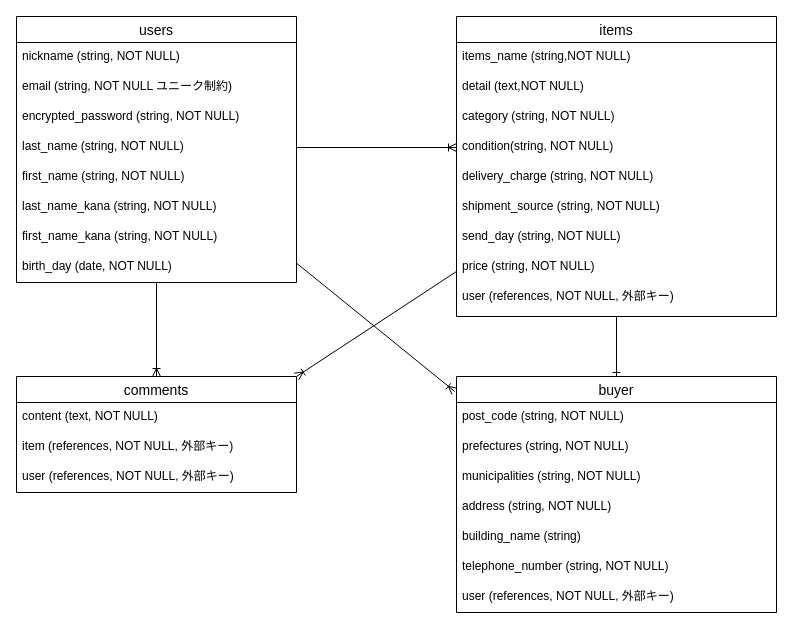
This is furima_36259.dio from sskyug/furima-36259, a draw.io file, before an edit. Source tidied: cells renumbered, new cells numbered last; positions are measured from the earlier drawing's top-left corner, leaving out a move shared by most shapes. Both pictures are drawn from the tidied source at 100%, with x=0, y=0 at pixel (16, 16).
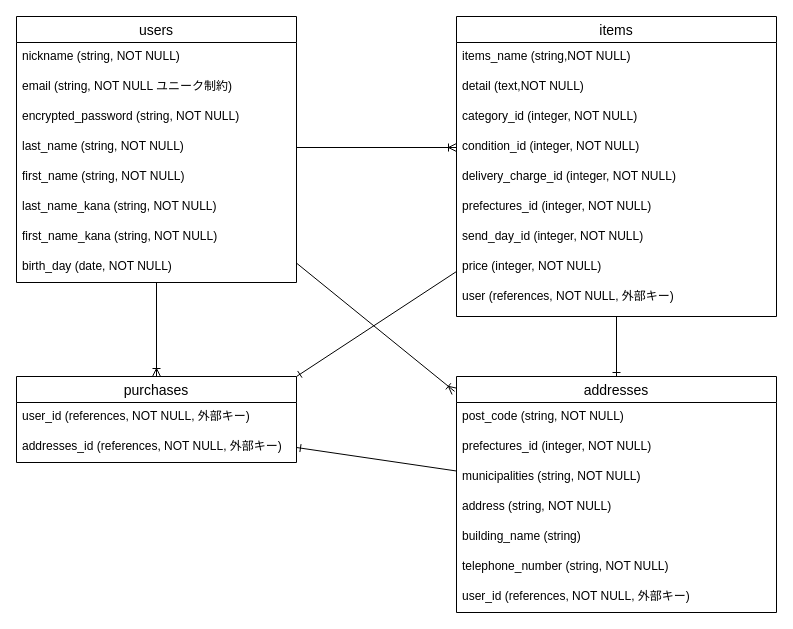
The same page after the edit.

Unchanged cells that the change refers to:
```xml
<mxCell id="15" value="items" style="swimlane;fontStyle=0;horizontal=1;startSize=26;align=center;fontSize=14;strokeColor=default;" parent="1" vertex="1">
  <mxGeometry x="440" width="320" height="300" as="geometry" />
</mxCell>
```

Diff of the diagram source:
```diff
@@
-    <mxCell id="14" style="edgeStyle=none;html=1;entryX=1;entryY=0;entryDx=0;entryDy=0;endArrow=ERoneToMany;endFill=0;" parent="1" edge="1" source="15" target="34">
+    <mxCell id="14" style="edgeStyle=none;html=1;entryX=1;entryY=0;entryDx=0;entryDy=0;endArrow=ERone;endFill=0;" parent="1" edge="1" source="15" target="34">
       <mxGeometry relative="1" as="geometry" />
     </mxCell>
@@
-    <mxCell id="18" value="category (string, NOT NULL)" style="text;strokeColor=none;fillColor=none;spacingLeft=4;spacingRight=4;overflow=hidden;fontSize=12;" parent="15" vertex="1">
+    <mxCell id="18" value="category_id (integer, NOT NULL)" style="text;strokeColor=none;fillColor=none;spacingLeft=4;spacingRight=4;overflow=hidden;fontSize=12;" parent="15" vertex="1">
       <mxGeometry y="86" width="320" height="30" as="geometry" />
     </mxCell>
-    <mxCell id="19" value="condition(string, NOT NULL)" style="text;strokeColor=none;fillColor=none;spacingLeft=4;spacingRight=4;overflow=hidden;points=[[0,0.5],[1,0.5]];portConstraint=eastwest;fontSize=12;" parent="15" vertex="1">
+    <mxCell id="19" value="condition_id (integer, NOT NULL)" style="text;strokeColor=none;fillColor=none;spacingLeft=4;spacingRight=4;overflow=hidden;points=[[0,0.5],[1,0.5]];portConstraint=eastwest;fontSize=12;" parent="15" vertex="1">
       <mxGeometry y="116" width="320" height="30" as="geometry" />
     </mxCell>
-    <mxCell id="20" value="delivery_charge (string, NOT NULL)" style="text;strokeColor=none;fillColor=none;spacingLeft=4;spacingRight=4;overflow=hidden;fontSize=12;" parent="15" vertex="1">
+    <mxCell id="20" value="delivery_charge_id (integer, NOT NULL)" style="text;strokeColor=none;fillColor=none;spacingLeft=4;spacingRight=4;overflow=hidden;fontSize=12;" parent="15" vertex="1">
       <mxGeometry y="146" width="320" height="30" as="geometry" />
     </mxCell>
-    <mxCell id="21" value="shipment_source (string, NOT NULL)" style="text;strokeColor=none;fillColor=none;spacingLeft=4;spacingRight=4;overflow=hidden;fontSize=12;" parent="15" vertex="1">
+    <mxCell id="21" value="prefectures_id (integer, NOT NULL)" style="text;strokeColor=none;fillColor=none;spacingLeft=4;spacingRight=4;overflow=hidden;fontSize=12;" parent="15" vertex="1">
       <mxGeometry y="176" width="320" height="30" as="geometry" />
     </mxCell>
-    <mxCell id="22" value="send_day (string, NOT NULL)" style="text;strokeColor=none;fillColor=none;spacingLeft=4;spacingRight=4;overflow=hidden;fontSize=12;" parent="15" vertex="1">
+    <mxCell id="22" value="send_day_id (integer, NOT NULL)" style="text;strokeColor=none;fillColor=none;spacingLeft=4;spacingRight=4;overflow=hidden;fontSize=12;" parent="15" vertex="1">
       <mxGeometry y="206" width="320" height="30" as="geometry" />
     </mxCell>
-    <mxCell id="23" value="price (string, NOT NULL)" style="text;strokeColor=none;fillColor=none;spacingLeft=4;spacingRight=4;overflow=hidden;fontSize=12;" parent="15" vertex="1">
+    <mxCell id="23" value="price (integer, NOT NULL)" style="text;strokeColor=none;fillColor=none;spacingLeft=4;spacingRight=4;overflow=hidden;fontSize=12;" parent="15" vertex="1">
       <mxGeometry y="236" width="320" height="30" as="geometry" />
     </mxCell>
@@
+    <mxCell id="38" style="edgeStyle=none;html=1;entryX=1;entryY=0.5;entryDx=0;entryDy=0;endArrow=ERone;endFill=0;" parent="1" edge="1" source="25" target="37">
+      <mxGeometry relative="1" as="geometry" />
+    </mxCell>
-    <mxCell id="25" value="buyer" style="swimlane;fontStyle=0;horizontal=1;startSize=26;align=center;fontSize=14;strokeColor=default;" parent="1" vertex="1">
+    <mxCell id="25" value="addresses" style="swimlane;fontStyle=0;horizontal=1;startSize=26;align=center;fontSize=14;strokeColor=default;" parent="1" vertex="1">
       <mxGeometry x="440" y="360" width="320" height="236" as="geometry" />
     </mxCell>
@@
-    <mxCell id="27" value="prefectures (string, NOT NULL)" style="text;strokeColor=none;fillColor=none;spacingLeft=4;spacingRight=4;overflow=hidden;fontSize=12;" parent="25" vertex="1">
+    <mxCell id="27" value="prefectures_id (integer, NOT NULL)" style="text;strokeColor=none;fillColor=none;spacingLeft=4;spacingRight=4;overflow=hidden;fontSize=12;" parent="25" vertex="1">
       <mxGeometry y="56" width="320" height="30" as="geometry" />
     </mxCell>
@@
-    <mxCell id="32" value="user (references, NOT NULL, 外部キー)" style="text;strokeColor=none;fillColor=none;spacingLeft=4;spacingRight=4;overflow=hidden;fontSize=12;" parent="25" vertex="1">
+    <mxCell id="32" value="user_id (references, NOT NULL, 外部キー)" style="text;strokeColor=none;fillColor=none;spacingLeft=4;spacingRight=4;overflow=hidden;fontSize=12;" parent="25" vertex="1">
       <mxGeometry y="206" width="320" height="30" as="geometry" />
     </mxCell>
@@
-    <mxCell id="34" value="comments" style="swimlane;fontStyle=0;horizontal=1;startSize=26;align=center;fontSize=14;strokeColor=default;" parent="1" vertex="1">
-      <mxGeometry y="360" width="280" height="116" as="geometry" />
+    <mxCell id="34" value="purchases" style="swimlane;fontStyle=0;horizontal=1;startSize=26;align=center;fontSize=14;strokeColor=default;" parent="1" vertex="1">
+      <mxGeometry y="360" width="280" height="86" as="geometry" />
     </mxCell>
-    <mxCell id="35" value="content (text, NOT NULL)" style="text;strokeColor=none;fillColor=none;spacingLeft=4;spacingRight=4;overflow=hidden;fontSize=12;" parent="34" vertex="1">
-      <mxGeometry y="26" width="280" height="30" as="geometry" />
-    </mxCell>
-    <mxCell id="36" value="item (references, NOT NULL, 外部キー)" style="text;strokeColor=none;fillColor=none;spacingLeft=4;spacingRight=4;overflow=hidden;fontSize=12;" parent="34" vertex="1">
-      <mxGeometry y="56" width="280" height="30" as="geometry" />
-    </mxCell>
+    <mxCell id="39" value="user_id (references, NOT NULL, 外部キー)" style="text;strokeColor=none;fillColor=none;spacingLeft=4;spacingRight=4;overflow=hidden;fontSize=12;" parent="34" vertex="1">
+      <mxGeometry y="26" width="280" height="30" as="geometry" />
+    </mxCell>
-    <mxCell id="37" value="user (references, NOT NULL, 外部キー)" style="text;strokeColor=none;fillColor=none;spacingLeft=4;spacingRight=4;overflow=hidden;points=[[0,0.5],[1,0.5]];portConstraint=eastwest;fontSize=12;" parent="34" vertex="1">
-      <mxGeometry y="86" width="280" height="30" as="geometry" />
+    <mxCell id="37" value="addresses_id (references, NOT NULL, 外部キー)" style="text;strokeColor=none;fillColor=none;spacingLeft=4;spacingRight=4;overflow=hidden;points=[[0,0.5],[1,0.5]];portConstraint=eastwest;fontSize=12;" parent="34" vertex="1">
+      <mxGeometry y="56" width="280" height="30" as="geometry" />
     </mxCell>
```
